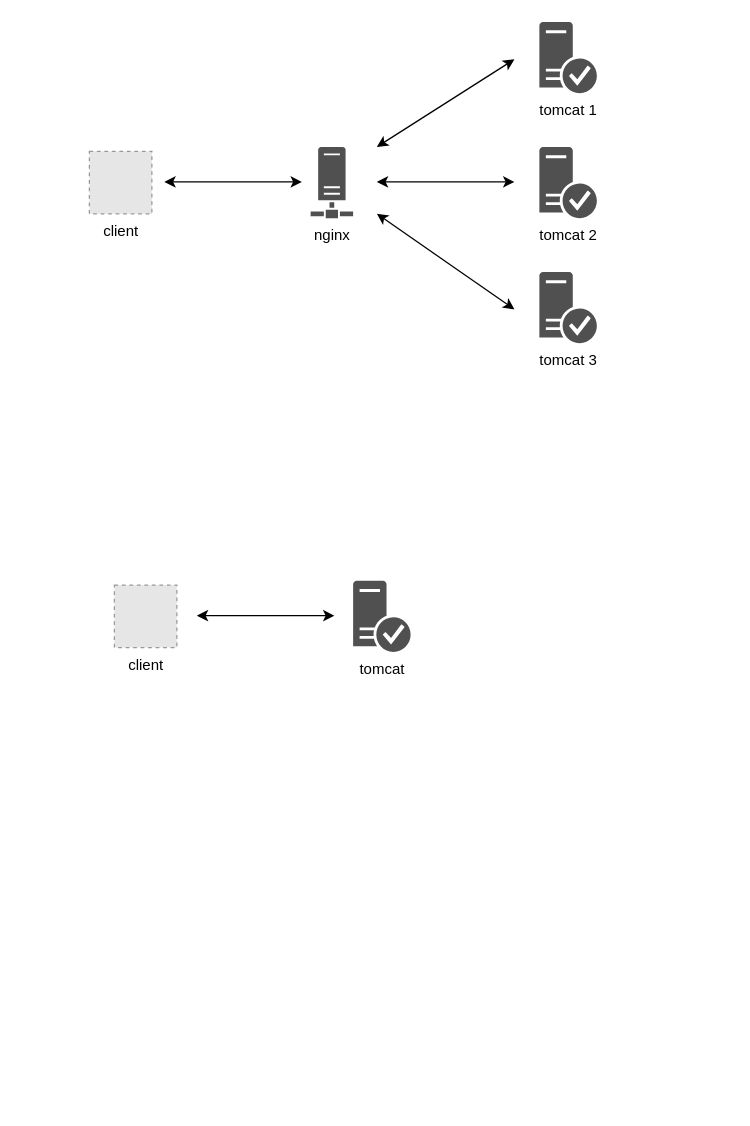
The draw.io diagram 未命名绘图.drawio in StephenHuge/draw-io, before the edit. Source tidied: cells renumbered, new cells numbered last; positions are measured from the earlier drawing's top-left corner, leaving out a move shared by most shapes. Both pictures are drawn from the tidied source at 125%, with x=0, y=0 at pixel (89, 21). Pictures stored in the file or linked from it are replaced by grey dashed boxes.
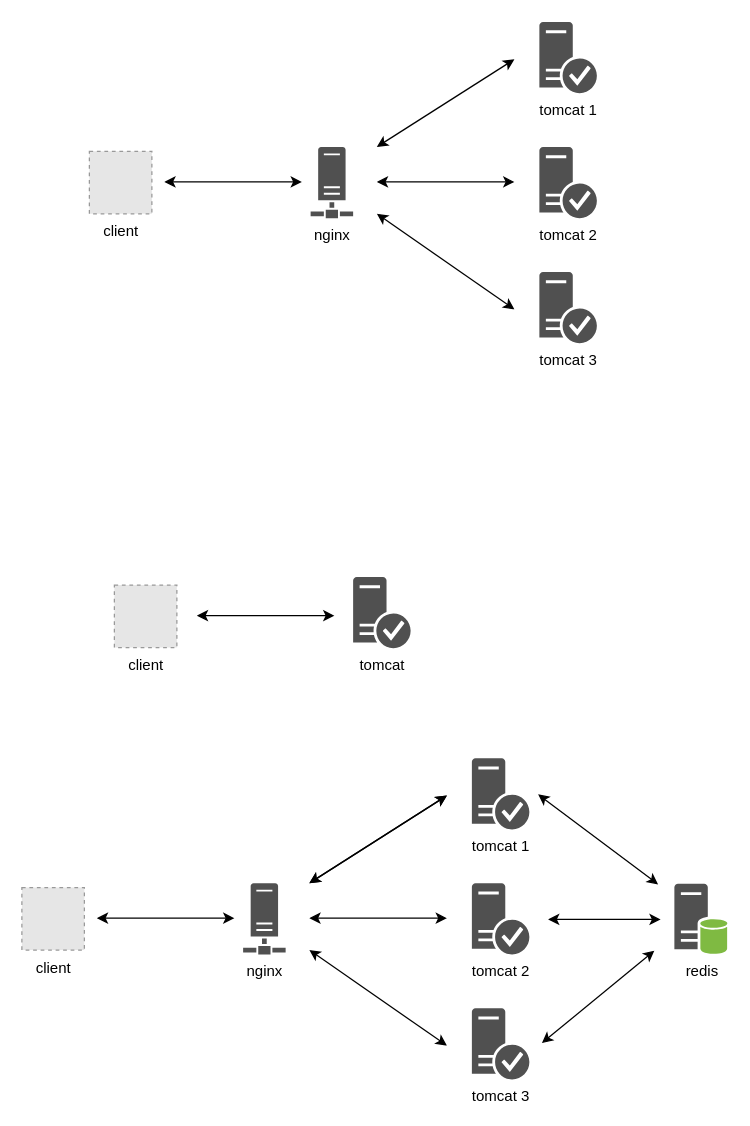
The same diagram, later.

Commit message (it also covers changes not shown here):
更新未命名绘图.drawio

The edit, as a diff of the source:
```diff
@@
     <mxCell id="12" value="tomcat" style="sketch=0;shadow=0;dashed=0;html=1;strokeColor=none;fillColor=#505050;labelPosition=center;verticalLabelPosition=bottom;verticalAlign=top;align=center;shape=mxgraph.office.security.trusted_application_server;" parent="1" vertex="1">
-      <mxGeometry x="211" y="447" width="46" height="57" as="geometry" />
+      <mxGeometry x="211" y="444" width="46" height="57" as="geometry" />
     </mxCell>
@@
+    <mxCell id="14" value="nginx" style="sketch=0;shadow=0;dashed=0;html=1;strokeColor=none;fillColor=#505050;labelPosition=center;verticalLabelPosition=bottom;verticalAlign=top;align=center;shape=mxgraph.office.servers.network;" parent="1" vertex="1">
+      <mxGeometry x="123" y="689" width="34" height="57" as="geometry" />
+    </mxCell>
+    <mxCell id="15" value="tomcat 1" style="sketch=0;shadow=0;dashed=0;html=1;strokeColor=none;fillColor=#505050;labelPosition=center;verticalLabelPosition=bottom;verticalAlign=top;align=center;shape=mxgraph.office.security.trusted_application_server;" parent="1" vertex="1">
+      <mxGeometry x="306" y="589" width="46" height="57" as="geometry" />
+    </mxCell>
+    <mxCell id="16" value="client" style="fillColor=#E6E6E6;strokeColor=#999999;dashed=1;html=1;verticalAlign=top;verticalLabelPosition=bottom;labelBackgroundColor=#ffffff;" parent="1" vertex="1">
+      <mxGeometry x="-54" y="692.5" width="50" height="50" as="geometry" />
+    </mxCell>
+    <mxCell id="17" value="tomcat 2" style="sketch=0;shadow=0;dashed=0;html=1;strokeColor=none;fillColor=#505050;labelPosition=center;verticalLabelPosition=bottom;verticalAlign=top;align=center;shape=mxgraph.office.security.trusted_application_server;" parent="1" vertex="1">
+      <mxGeometry x="306" y="689" width="46" height="57" as="geometry" />
+    </mxCell>
+    <mxCell id="18" value="tomcat 3" style="sketch=0;shadow=0;dashed=0;html=1;strokeColor=none;fillColor=#505050;labelPosition=center;verticalLabelPosition=bottom;verticalAlign=top;align=center;shape=mxgraph.office.security.trusted_application_server;" parent="1" vertex="1">
+      <mxGeometry x="306" y="789" width="46" height="57" as="geometry" />
+    </mxCell>
+    <mxCell id="19" style="endArrow=classic;startArrow=classic;html=1;rounded=0;" parent="1" edge="1">
+      <mxGeometry relative="1" as="geometry">
+        <mxPoint x="6" y="717" as="sourcePoint" />
+        <mxPoint x="116" y="717" as="targetPoint" />
+      </mxGeometry>
+    </mxCell>
+    <mxCell id="20" style="endArrow=classic;startArrow=classic;html=1;rounded=0;" parent="1" edge="1">
+      <mxGeometry relative="1" as="geometry">
+        <mxPoint x="176" y="717" as="sourcePoint" />
+        <mxPoint x="286" y="717" as="targetPoint" />
+      </mxGeometry>
+    </mxCell>
+    <mxCell id="21" style="endArrow=classic;startArrow=classic;html=1;rounded=0;" parent="1" edge="1">
+      <mxGeometry relative="1" as="geometry">
+        <mxPoint x="176" y="742.5" as="sourcePoint" />
+        <mxPoint x="286" y="819" as="targetPoint" />
+      </mxGeometry>
+    </mxCell>
+    <mxCell id="22" style="endArrow=classic;startArrow=classic;html=1;rounded=0;" parent="1" edge="1">
+      <mxGeometry relative="1" as="geometry">
+        <mxPoint x="176" y="689" as="sourcePoint" />
+        <mxPoint x="286" y="619" as="targetPoint" />
+      </mxGeometry>
+    </mxCell>
+    <mxCell id="23" value="redis" style="sketch=0;shadow=0;dashed=0;html=1;strokeColor=none;fillColor=#505050;labelPosition=center;verticalLabelPosition=bottom;verticalAlign=top;align=center;shape=mxgraph.office.servers.database_server_green;" parent="1" vertex="1">
+      <mxGeometry x="468" y="689.5" width="43" height="56" as="geometry" />
+    </mxCell>
+    <mxCell id="24" style="endArrow=classic;startArrow=classic;html=1;rounded=0;" parent="1" edge="1">
+      <mxGeometry relative="1" as="geometry">
+        <mxPoint x="176" y="689" as="sourcePoint" />
+        <mxPoint x="286" y="619" as="targetPoint" />
+      </mxGeometry>
+    </mxCell>
+    <mxCell id="25" style="endArrow=classic;startArrow=classic;html=1;rounded=0;" parent="1" edge="1">
+      <mxGeometry relative="1" as="geometry">
+        <mxPoint x="457" y="718" as="sourcePoint" />
+        <mxPoint x="367" y="718" as="targetPoint" />
+      </mxGeometry>
+    </mxCell>
+    <mxCell id="26" style="endArrow=classic;startArrow=classic;html=1;rounded=0;" parent="1" edge="1">
+      <mxGeometry relative="1" as="geometry">
+        <mxPoint x="455" y="690" as="sourcePoint" />
+        <mxPoint x="359" y="618" as="targetPoint" />
+      </mxGeometry>
+    </mxCell>
+    <mxCell id="27" style="endArrow=classic;startArrow=classic;html=1;rounded=0;" parent="1" edge="1">
+      <mxGeometry relative="1" as="geometry">
+        <mxPoint x="452" y="743" as="sourcePoint" />
+        <mxPoint x="362" y="817" as="targetPoint" />
+      </mxGeometry>
+    </mxCell>
```
